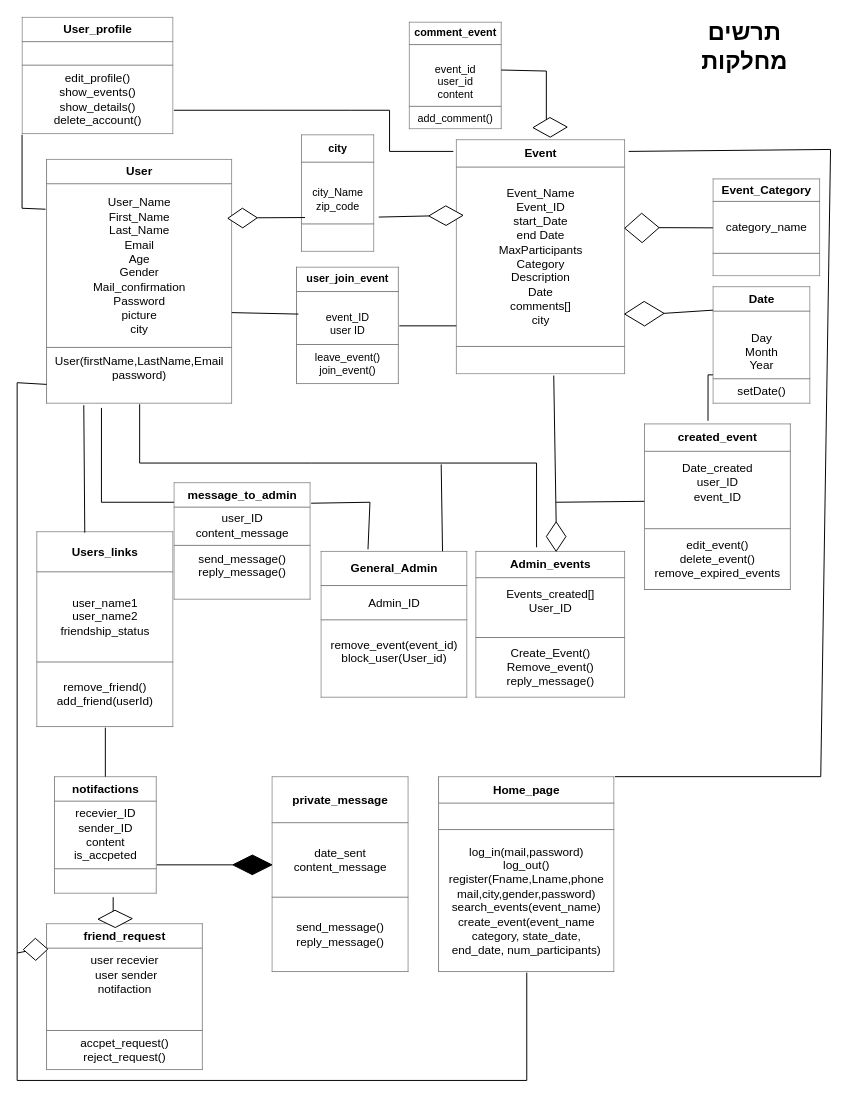
Above: classDiagram.drawio.drawio in NeoZi12/NeoAndLeon (draw.io), before the change. Source tidied: cells renumbered, new cells numbered last; positions are measured from the earlier drawing's top-left corner, leaving out a move shared by most shapes. Both pictures are drawn from the tidied source at 98%, with x=0, y=0 at pixel (17, 17).
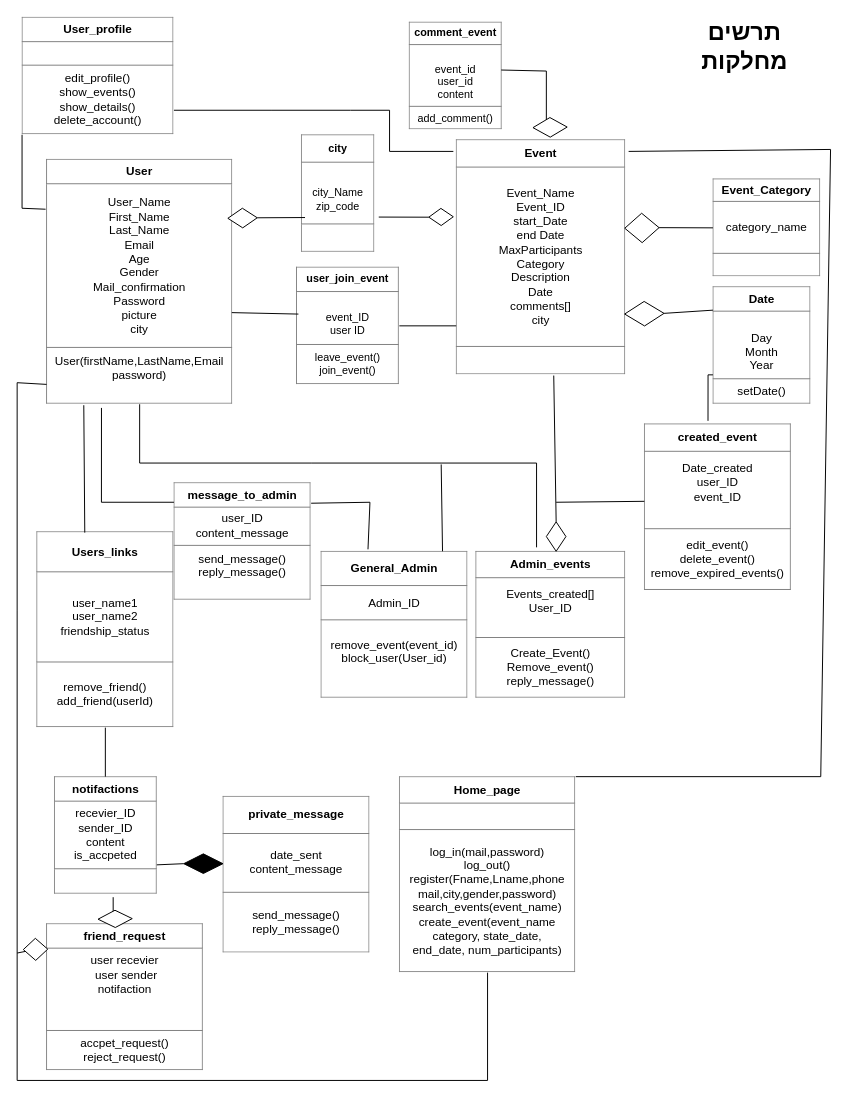
Above is the later version.

The edit, as a diff of the source:
```diff
@@
     <mxCell id="12" style="rhombus;whiteSpace=wrap;html=1;rotation=89;" parent="1" vertex="1">
-      <mxGeometry x="427.5" y="185.1" width="20" height="34.9" as="geometry" />
+      <mxGeometry x="423.8" y="191.4" width="17.5" height="25" as="geometry" />
     </mxCell>
@@
     <mxCell id="17" value="&lt;table border=&quot;1&quot; width=&quot;100%&quot; height=&quot;100%&quot; cellpadding=&quot;4&quot; style=&quot;width:100%;height:100%;border-collapse:collapse;&quot;&gt;&lt;tbody&gt;&lt;tr&gt;&lt;th align=&quot;center&quot;&gt;private_message&lt;/th&gt;&lt;/tr&gt;&lt;tr&gt;&lt;td align=&quot;center&quot;&gt;date_sent&lt;br&gt;content_message&lt;/td&gt;&lt;/tr&gt;&lt;tr&gt;&lt;td align=&quot;center&quot;&gt;send_message()&lt;br&gt;reply_message()&lt;/td&gt;&lt;/tr&gt;&lt;/tbody&gt;&lt;/table&gt;" style="text;html=1;whiteSpace=wrap;strokeColor=none;fillColor=none;overflow=fill;" parent="1" vertex="1">
-      <mxGeometry x="260" y="775" width="140" height="200" as="geometry" />
+      <mxGeometry x="210" y="795" width="150" height="160" as="geometry" />
     </mxCell>
@@
-    <mxCell id="22" value="&lt;table border=&quot;1&quot; width=&quot;100%&quot; height=&quot;100%&quot; cellpadding=&quot;4&quot; style=&quot;width:100%;height:100%;border-collapse:collapse;&quot;&gt;&lt;tbody&gt;&lt;tr&gt;&lt;th align=&quot;center&quot;&gt;created_event&lt;/th&gt;&lt;/tr&gt;&lt;tr&gt;&lt;td align=&quot;center&quot;&gt;Date_created&lt;br&gt;user_ID&lt;br&gt;event_ID&lt;br&gt;&lt;br&gt;&lt;/td&gt;&lt;/tr&gt;&lt;tr&gt;&lt;td align=&quot;center&quot;&gt;edit_event()&lt;br&gt;delete_event()&lt;br&gt;remove_expired_events&lt;/td&gt;&lt;/tr&gt;&lt;/tbody&gt;&lt;/table&gt;" style="text;html=1;whiteSpace=wrap;strokeColor=none;fillColor=none;overflow=fill;" parent="1" vertex="1">
+    <mxCell id="22" value="&lt;table border=&quot;1&quot; width=&quot;100%&quot; height=&quot;100%&quot; cellpadding=&quot;4&quot; style=&quot;width:100%;height:100%;border-collapse:collapse;&quot;&gt;&lt;tbody&gt;&lt;tr&gt;&lt;th align=&quot;center&quot;&gt;created_event&lt;/th&gt;&lt;/tr&gt;&lt;tr&gt;&lt;td align=&quot;center&quot;&gt;Date_created&lt;br&gt;user_ID&lt;br&gt;event_ID&lt;br&gt;&lt;br&gt;&lt;/td&gt;&lt;/tr&gt;&lt;tr&gt;&lt;td align=&quot;center&quot;&gt;edit_event()&lt;br&gt;delete_event()&lt;br&gt;remove_expired_events()&lt;/td&gt;&lt;/tr&gt;&lt;/tbody&gt;&lt;/table&gt;" style="text;html=1;whiteSpace=wrap;strokeColor=none;fillColor=none;overflow=fill;" parent="1" vertex="1">
       <mxGeometry x="640" y="415" width="150" height="170" as="geometry" />
     </mxCell>
@@
     <mxCell id="30" style="rhombus;whiteSpace=wrap;html=1;fillColor=#000000;" parent="1" vertex="1">
-      <mxGeometry x="220" y="855" width="40" height="20" as="geometry" />
+      <mxGeometry x="170" y="853.8" width="40" height="20" as="geometry" />
     </mxCell>
@@
     <mxCell id="41" value="&lt;table border=&quot;1&quot; width=&quot;100%&quot; height=&quot;100%&quot; cellpadding=&quot;4&quot; style=&quot;width:100%;height:100%;border-collapse:collapse;&quot;&gt;&lt;tbody&gt;&lt;tr&gt;&lt;th align=&quot;center&quot;&gt;Home_page&lt;/th&gt;&lt;/tr&gt;&lt;tr&gt;&lt;td align=&quot;center&quot;&gt;&lt;br&gt;&lt;/td&gt;&lt;/tr&gt;&lt;tr&gt;&lt;td align=&quot;center&quot;&gt;log_in(mail,password)&lt;br&gt;log_out()&lt;br&gt;register(Fname,Lname,phone&lt;br&gt;mail,city,gender,password)&lt;br&gt;search_events(event_name)&lt;br&gt;create_event(event_name&lt;br&gt;category, state_date,&lt;br&gt;end_date, num_participants)&lt;br&gt;&lt;/td&gt;&lt;/tr&gt;&lt;/tbody&gt;&lt;/table&gt;" style="text;html=1;whiteSpace=wrap;strokeColor=none;fillColor=none;overflow=fill;" parent="1" vertex="1">
-      <mxGeometry x="430" y="775" width="180" height="200" as="geometry" />
+      <mxGeometry x="390" y="775" width="180" height="200" as="geometry" />
     </mxCell>
@@
     <mxCell id="51" style="endArrow=none;html=1;rounded=0;entryX=0.5;entryY=1;entryDx=0;entryDy=0;" parent="1" edge="1" target="41">
       <mxGeometry relative="1" as="geometry">
         <mxPoint y="955" as="sourcePoint" />
         <Array as="points">
           <mxPoint y="1085" />
-          <mxPoint x="520" y="1085" />
+          <mxPoint x="480" y="1085" />
         </Array>
       </mxGeometry>
     </mxCell>
```
